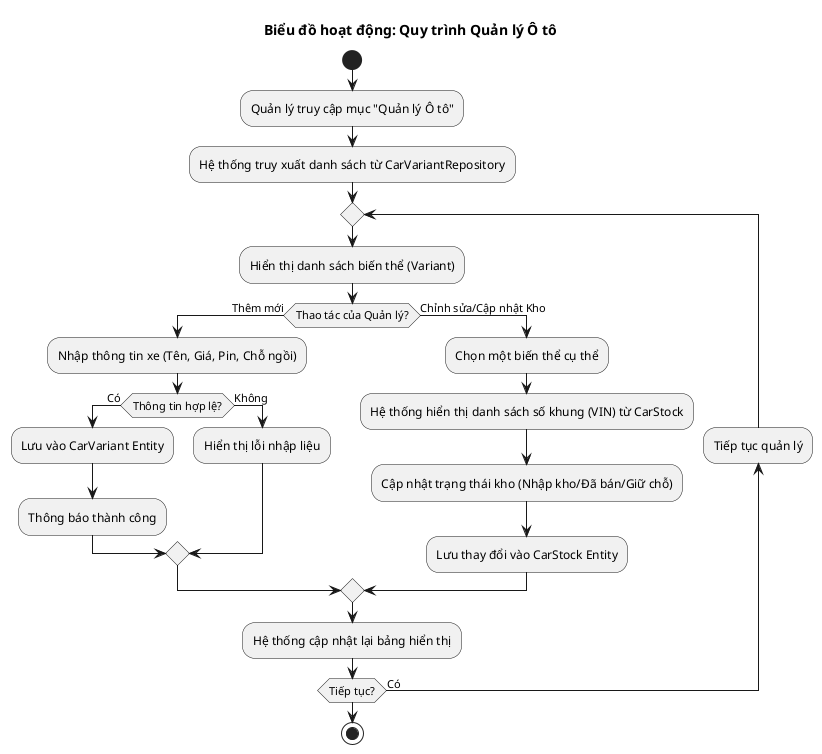
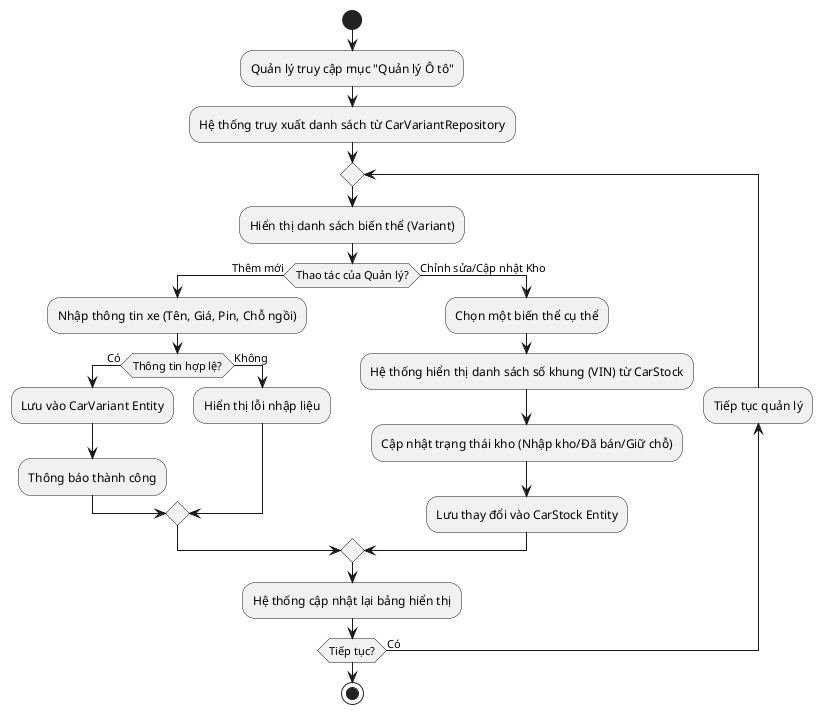
@startuml
- title Biểu đồ hoạt động: Quy trình Quản lý Ô tô

start
:Quản lý truy cập mục "Quản lý Ô tô";
:Hệ thống truy xuất danh sách từ CarVariantRepository;

repeat
  :Hiển thị danh sách biến thể (Variant);
  if (Thao tác của Quản lý?) then (Thêm mới)
    :Nhập thông tin xe (Tên, Giá, Pin, Chỗ ngồi);
    if (Thông tin hợp lệ?) then (Có)
      :Lưu vào CarVariant Entity;
      :Thông báo thành công;
    else (Không)
      :Hiển thị lỗi nhập liệu;
    endif
  else (Chỉnh sửa/Cập nhật Kho)
    :Chọn một biến thể cụ thể;
    :Hệ thống hiển thị danh sách số khung (VIN) từ CarStock;
    :Cập nhật trạng thái kho (Nhập kho/Đã bán/Giữ chỗ);
    :Lưu thay đổi vào CarStock Entity;
  endif

  :Hệ thống cập nhật lại bảng hiển thị;
backward :Tiếp tục quản lý;
repeat while (Tiếp tục?) is (Có)

stop
@enduml